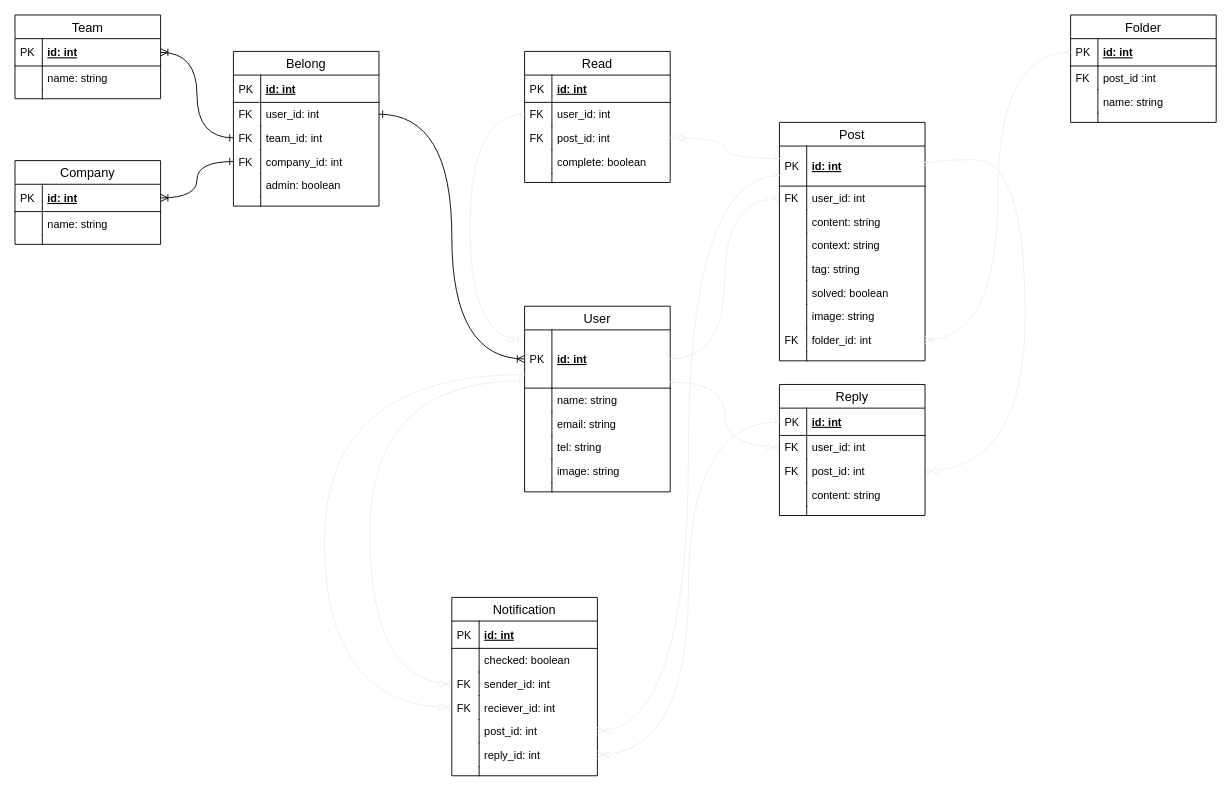
Above: questlib.dio in Shu-Omura/questlib (draw.io), before the change. Source tidied: cells renumbered, new cells numbered last; positions are measured from the earlier drawing's top-left corner, leaving out a move shared by most shapes. Both pictures are drawn from the tidied source at 91%, with x=0, y=0 at pixel (15, 15).
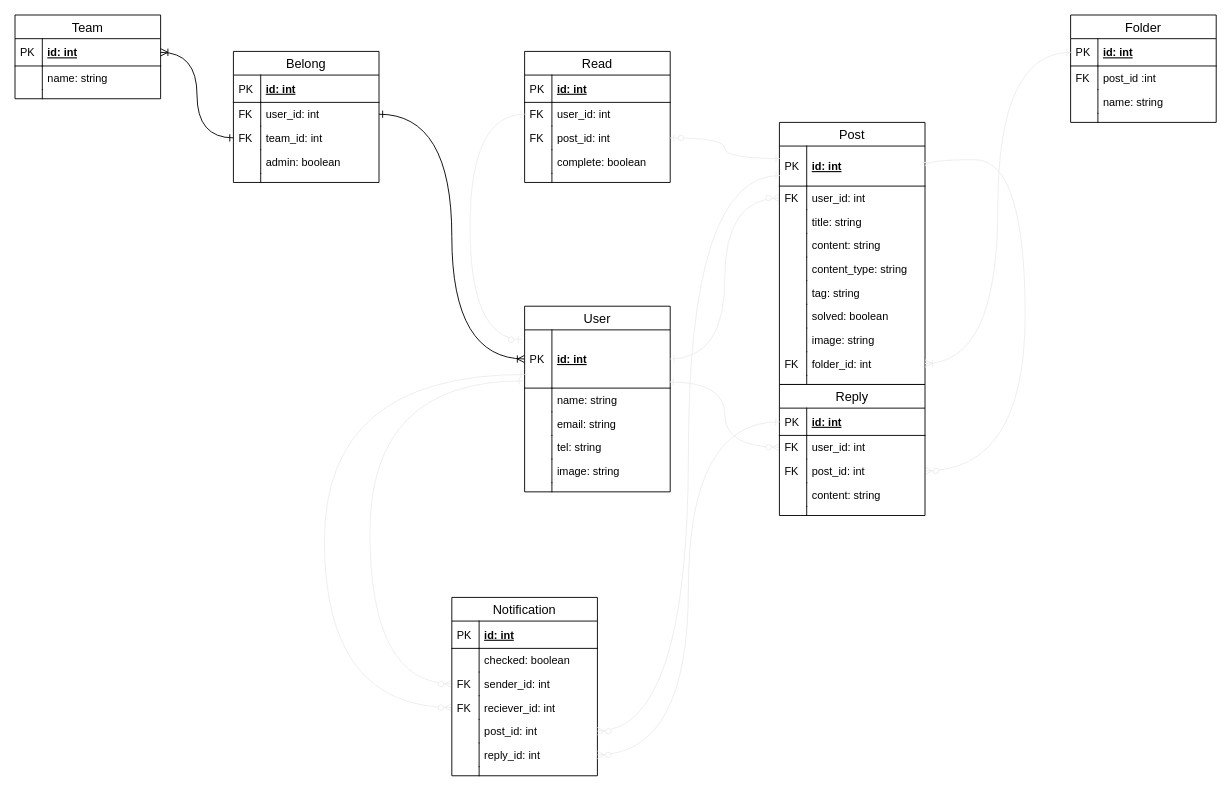
After the change.

What changed in the source:
```diff
@@
-    <mxCell id="9" value="Company" style="swimlane;fontStyle=0;horizontal=1;startSize=26;align=center;fontSize=14;" parent="1" vertex="1">
-      <mxGeometry y="160" width="160" height="92" as="geometry" />
-    </mxCell>
-    <mxCell id="10" value="id: int" style="shape=partialRectangle;top=0;left=0;right=0;bottom=1;align=left;verticalAlign=middle;fillColor=none;spacingLeft=34;spacingRight=4;overflow=hidden;points=[[0,0.5],[1,0.5]];portConstraint=eastwest;fontStyle=5;fontSize=12;" parent="9" vertex="1">
-      <mxGeometry y="26" width="160" height="30" as="geometry" />
-    </mxCell>
-    <mxCell id="11" value="PK" style="shape=partialRectangle;top=0;left=0;bottom=0;fillColor=none;align=left;verticalAlign=middle;spacingLeft=4;spacingRight=4;overflow=hidden;fontSize=12;" parent="10" vertex="1">
-      <mxGeometry width="30" height="30" as="geometry" />
-    </mxCell>
-    <mxCell id="12" value="name: string" style="shape=partialRectangle;top=0;left=0;right=0;bottom=0;align=left;verticalAlign=top;fillColor=none;spacingLeft=34;spacingRight=4;overflow=hidden;fontSize=12;" parent="9" vertex="1">
-      <mxGeometry y="56" width="160" height="26" as="geometry" />
-    </mxCell>
-    <mxCell id="13" style="shape=partialRectangle;top=0;left=0;bottom=0;fillColor=none;align=left;verticalAlign=top;spacingLeft=4;spacingRight=4;overflow=hidden;fontSize=12;" parent="12" vertex="1">
-      <mxGeometry width="30" height="26" as="geometry" />
-    </mxCell>
-    <mxCell id="14" style="shape=partialRectangle;top=0;left=0;right=0;bottom=0;align=left;verticalAlign=top;fillColor=none;spacingLeft=34;spacingRight=4;overflow=hidden;fontSize=12;" parent="9" vertex="1">
-      <mxGeometry y="82" width="160" height="10" as="geometry" />
-    </mxCell>
-    <mxCell id="15" style="shape=partialRectangle;top=0;left=0;bottom=0;fillColor=none;align=left;verticalAlign=top;spacingLeft=4;spacingRight=4;overflow=hidden;fontSize=12;" parent="14" vertex="1">
-      <mxGeometry width="30" height="10" as="geometry" />
-    </mxCell>
     <mxCell id="16" value="Belong" style="swimlane;fontStyle=0;horizontal=1;startSize=26;align=center;fontSize=14;" parent="1" vertex="1">
-      <mxGeometry x="240" y="40" width="160" height="170" as="geometry" />
+      <mxGeometry x="240" y="40" width="160" height="144" as="geometry" />
     </mxCell>
@@
-    <mxCell id="23" value="company_id: int" style="shape=partialRectangle;top=0;left=0;right=0;bottom=0;align=left;verticalAlign=top;fillColor=none;spacingLeft=34;spacingRight=4;overflow=hidden;points=[[0,0.5],[1,0.5]];portConstraint=eastwest;fontSize=12;" parent="16" vertex="1">
-      <mxGeometry y="108" width="160" height="26" as="geometry" />
-    </mxCell>
-    <mxCell id="24" value="FK" style="shape=partialRectangle;top=0;left=0;bottom=0;fillColor=none;align=left;verticalAlign=top;spacingLeft=4;spacingRight=4;overflow=hidden;fontSize=12;" parent="23" vertex="1">
-      <mxGeometry width="30" height="26" as="geometry" />
-    </mxCell>
     <mxCell id="25" value="admin: boolean" style="shape=partialRectangle;top=0;left=0;right=0;bottom=0;align=left;verticalAlign=top;fillColor=none;spacingLeft=34;spacingRight=4;overflow=hidden;fontSize=12;" parent="16" vertex="1">
-      <mxGeometry y="134" width="160" height="26" as="geometry" />
+      <mxGeometry y="108" width="160" height="26" as="geometry" />
     </mxCell>
@@
     <mxCell id="27" style="shape=partialRectangle;top=0;left=0;right=0;bottom=0;align=left;verticalAlign=top;fillColor=none;spacingLeft=34;spacingRight=4;overflow=hidden;fontSize=12;" parent="16" vertex="1">
-      <mxGeometry y="160" width="160" height="10" as="geometry" />
+      <mxGeometry y="134" width="160" height="10" as="geometry" />
     </mxCell>
@@
-    <mxCell id="31" style="edgeStyle=orthogonalEdgeStyle;curved=1;rounded=0;jettySize=auto;html=1;exitX=0;exitY=0.5;exitDx=0;exitDy=0;entryX=1;entryY=0.5;entryDx=0;entryDy=0;startArrow=ERone;startFill=0;endArrow=ERoneToMany;endFill=0;" parent="1" edge="1" source="23" target="10">
-      <mxGeometry relative="1" as="geometry" />
-    </mxCell>
@@
     <mxCell id="46" value="Post" style="swimlane;fontStyle=0;horizontal=1;startSize=26;align=center;fontSize=14;" parent="1" vertex="1">
-      <mxGeometry x="840" y="118" width="160" height="262" as="geometry" />
+      <mxGeometry x="840" y="118" width="160" height="288" as="geometry" />
     </mxCell>
@@
-    <mxCell id="51" value="content: string" style="shape=partialRectangle;top=0;left=0;right=0;bottom=0;align=left;verticalAlign=top;fillColor=none;spacingLeft=34;spacingRight=4;overflow=hidden;fontSize=12;" parent="46" vertex="1">
+    <mxCell id="51" value="title: string" style="shape=partialRectangle;top=0;left=0;right=0;bottom=0;align=left;verticalAlign=top;fillColor=none;spacingLeft=34;spacingRight=4;overflow=hidden;fontSize=12;" parent="46" vertex="1">
       <mxGeometry y="96" width="160" height="26" as="geometry" />
     </mxCell>
@@
+    <mxCell id="120" value="content: string" style="shape=partialRectangle;top=0;left=0;right=0;bottom=0;align=left;verticalAlign=top;fillColor=none;spacingLeft=34;spacingRight=4;overflow=hidden;fontSize=12;" parent="46" vertex="1">
+      <mxGeometry y="122" width="160" height="26" as="geometry" />
+    </mxCell>
+    <mxCell id="13" style="shape=partialRectangle;top=0;left=0;bottom=0;fillColor=none;align=left;verticalAlign=top;spacingLeft=4;spacingRight=4;overflow=hidden;fontSize=12;" parent="120" vertex="1">
+      <mxGeometry width="30" height="26" as="geometry" />
+    </mxCell>
-    <mxCell id="53" value="context: string" style="shape=partialRectangle;top=0;left=0;right=0;bottom=0;align=left;verticalAlign=top;fillColor=none;spacingLeft=34;spacingRight=4;overflow=hidden;fontSize=12;" parent="46" vertex="1">
-      <mxGeometry y="122" width="160" height="26" as="geometry" />
+    <mxCell id="53" value="content_type: string" style="shape=partialRectangle;top=0;left=0;right=0;bottom=0;align=left;verticalAlign=top;fillColor=none;spacingLeft=34;spacingRight=4;overflow=hidden;fontSize=12;" parent="46" vertex="1">
+      <mxGeometry y="148" width="160" height="26" as="geometry" />
     </mxCell>
@@
     <mxCell id="55" value="tag: string" style="shape=partialRectangle;top=0;left=0;right=0;bottom=0;align=left;verticalAlign=top;fillColor=none;spacingLeft=34;spacingRight=4;overflow=hidden;fontSize=12;" parent="46" vertex="1">
-      <mxGeometry y="148" width="160" height="26" as="geometry" />
+      <mxGeometry y="174" width="160" height="26" as="geometry" />
     </mxCell>
@@
     <mxCell id="57" value="solved: boolean" style="shape=partialRectangle;top=0;left=0;right=0;bottom=0;align=left;verticalAlign=top;fillColor=none;spacingLeft=34;spacingRight=4;overflow=hidden;fontSize=12;" parent="46" vertex="1">
-      <mxGeometry y="174" width="160" height="26" as="geometry" />
+      <mxGeometry y="200" width="160" height="26" as="geometry" />
     </mxCell>
@@
     <mxCell id="59" value="image: string" style="shape=partialRectangle;top=0;left=0;right=0;bottom=0;align=left;verticalAlign=top;fillColor=none;spacingLeft=34;spacingRight=4;overflow=hidden;fontSize=12;" parent="46" vertex="1">
-      <mxGeometry y="200" width="160" height="26" as="geometry" />
+      <mxGeometry y="226" width="160" height="26" as="geometry" />
     </mxCell>
@@
     <mxCell id="61" value="folder_id: int" style="shape=partialRectangle;top=0;left=0;right=0;bottom=0;align=left;verticalAlign=top;fillColor=none;spacingLeft=34;spacingRight=4;overflow=hidden;points=[[0,0.5],[1,0.5]];portConstraint=eastwest;fontSize=12;" parent="46" vertex="1">
-      <mxGeometry y="226" width="160" height="26" as="geometry" />
+      <mxGeometry y="252" width="160" height="26" as="geometry" />
     </mxCell>
@@
     <mxCell id="63" style="shape=partialRectangle;top=0;left=0;right=0;bottom=0;align=left;verticalAlign=top;fillColor=none;spacingLeft=34;spacingRight=4;overflow=hidden;fontSize=12;" parent="46" vertex="1">
-      <mxGeometry y="252" width="160" height="10" as="geometry" />
+      <mxGeometry y="278" width="160" height="10" as="geometry" />
     </mxCell>
```
